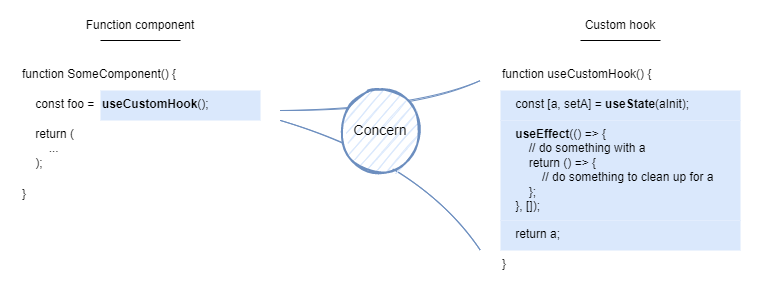
Above: images/what-makes-me-happy-with-react-hooks/custom-hook.png in blog-fukuchiharuki-me/blog-fukuchiharuki-me.github.io (draw.io), before the change. Source tidied: cells renumbered, new cells last; positions are measured from the earlier drawing's top-left corner, leaving out a move shared by most shapes.
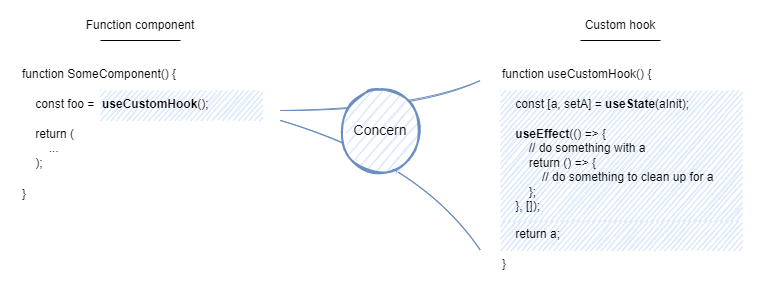
The same diagram one commit later.

Diff of the diagram source:
```diff
@@ -32,16 +32,16 @@
     <mxCell id="7" value="}" style="rounded=0;whiteSpace=wrap;html=1;arcSize=9;verticalAlign=top;align=left;strokeColor=none;" parent="1" vertex="1">
       <mxGeometry x="490" y="240" width="240" height="30" as="geometry" />
     </mxCell>
-    <mxCell id="8" value="&amp;nbsp; &amp;nbsp; return a;" style="rounded=0;whiteSpace=wrap;html=1;arcSize=6;verticalAlign=top;align=left;fillColor=#dae8fc;strokeColor=none;" parent="1" vertex="1">
+    <mxCell id="8" value="&amp;nbsp; &amp;nbsp; return a;" style="rounded=0;whiteSpace=wrap;html=1;arcSize=6;verticalAlign=top;align=left;fillColor=#dae8fc;strokeColor=none;sketch=1;" parent="1" vertex="1">
       <mxGeometry x="490" y="210" width="240" height="30" as="geometry" />
     </mxCell>
-    <mxCell id="9" value="&amp;nbsp; &amp;nbsp;&amp;nbsp;&lt;b&gt;useEffect&lt;/b&gt;(() =&amp;gt; {&lt;br&gt;&amp;nbsp; &amp;nbsp; &amp;nbsp; &amp;nbsp; // do something with a&lt;br&gt;&amp;nbsp; &amp;nbsp; &amp;nbsp; &amp;nbsp; return () =&amp;gt; {&lt;br&gt;&amp;nbsp; &amp;nbsp; &amp;nbsp; &amp;nbsp; &amp;nbsp; &amp;nbsp; // do something to clean up for a&lt;br&gt;&amp;nbsp; &amp;nbsp; &amp;nbsp; &amp;nbsp; };&lt;br&gt;&amp;nbsp; &amp;nbsp; }, []);" style="rounded=0;whiteSpace=wrap;html=1;arcSize=9;verticalAlign=top;align=left;fillColor=#dae8fc;strokeColor=none;" parent="1" vertex="1">
+    <mxCell id="9" value="&amp;nbsp; &amp;nbsp;&amp;nbsp;&lt;b&gt;useEffect&lt;/b&gt;(() =&amp;gt; {&lt;br&gt;&amp;nbsp; &amp;nbsp; &amp;nbsp; &amp;nbsp; // do something with a&lt;br&gt;&amp;nbsp; &amp;nbsp; &amp;nbsp; &amp;nbsp; return () =&amp;gt; {&lt;br&gt;&amp;nbsp; &amp;nbsp; &amp;nbsp; &amp;nbsp; &amp;nbsp; &amp;nbsp; // do something to clean up for a&lt;br&gt;&amp;nbsp; &amp;nbsp; &amp;nbsp; &amp;nbsp; };&lt;br&gt;&amp;nbsp; &amp;nbsp; }, []);" style="rounded=0;whiteSpace=wrap;html=1;arcSize=9;verticalAlign=top;align=left;fillColor=#dae8fc;strokeColor=none;sketch=1;" parent="1" vertex="1">
       <mxGeometry x="490" y="110" width="240" height="100" as="geometry" />
     </mxCell>
     <mxCell id="10" value="Custom hook" style="rounded=0;whiteSpace=wrap;html=1;sketch=0;align=center;strokeColor=none;fillColor=none;" parent="1" vertex="1">
       <mxGeometry x="540" width="140" height="30" as="geometry" />
     </mxCell>
-    <mxCell id="11" value="&amp;nbsp; &amp;nbsp; const [a, setA] = &lt;b&gt;useState&lt;/b&gt;(aInit);" style="rounded=0;whiteSpace=wrap;html=1;arcSize=9;verticalAlign=top;align=left;fillColor=#dae8fc;strokeColor=none;" parent="1" vertex="1">
+    <mxCell id="11" value="&amp;nbsp; &amp;nbsp; const [a, setA] = &lt;b&gt;useState&lt;/b&gt;(aInit);" style="rounded=0;whiteSpace=wrap;html=1;arcSize=9;verticalAlign=top;align=left;fillColor=#dae8fc;strokeColor=none;sketch=1;" parent="1" vertex="1">
       <mxGeometry x="490" y="80" width="240" height="30" as="geometry" />
     </mxCell>
     <mxCell id="12" style="rounded=0;whiteSpace=wrap;html=1;align=left;strokeColor=none;" parent="1" vertex="1">
@@ -77,7 +77,7 @@
         <mxPoint x="650" y="30" as="targetPoint" />
       </mxGeometry>
     </mxCell>
-    <mxCell id="21" value="&lt;b&gt;useCustomHook&lt;/b&gt;();" style="rounded=0;whiteSpace=wrap;html=1;arcSize=9;verticalAlign=top;align=left;fillColor=#dae8fc;strokeColor=none;" parent="1" vertex="1">
+    <mxCell id="21" value="&lt;b&gt;useCustomHook&lt;/b&gt;();" style="rounded=0;whiteSpace=wrap;html=1;arcSize=9;verticalAlign=top;align=left;fillColor=#dae8fc;strokeColor=none;sketch=1;" parent="1" vertex="1">
       <mxGeometry x="90" y="80" width="160" height="30" as="geometry" />
     </mxCell>
   </root>
```
